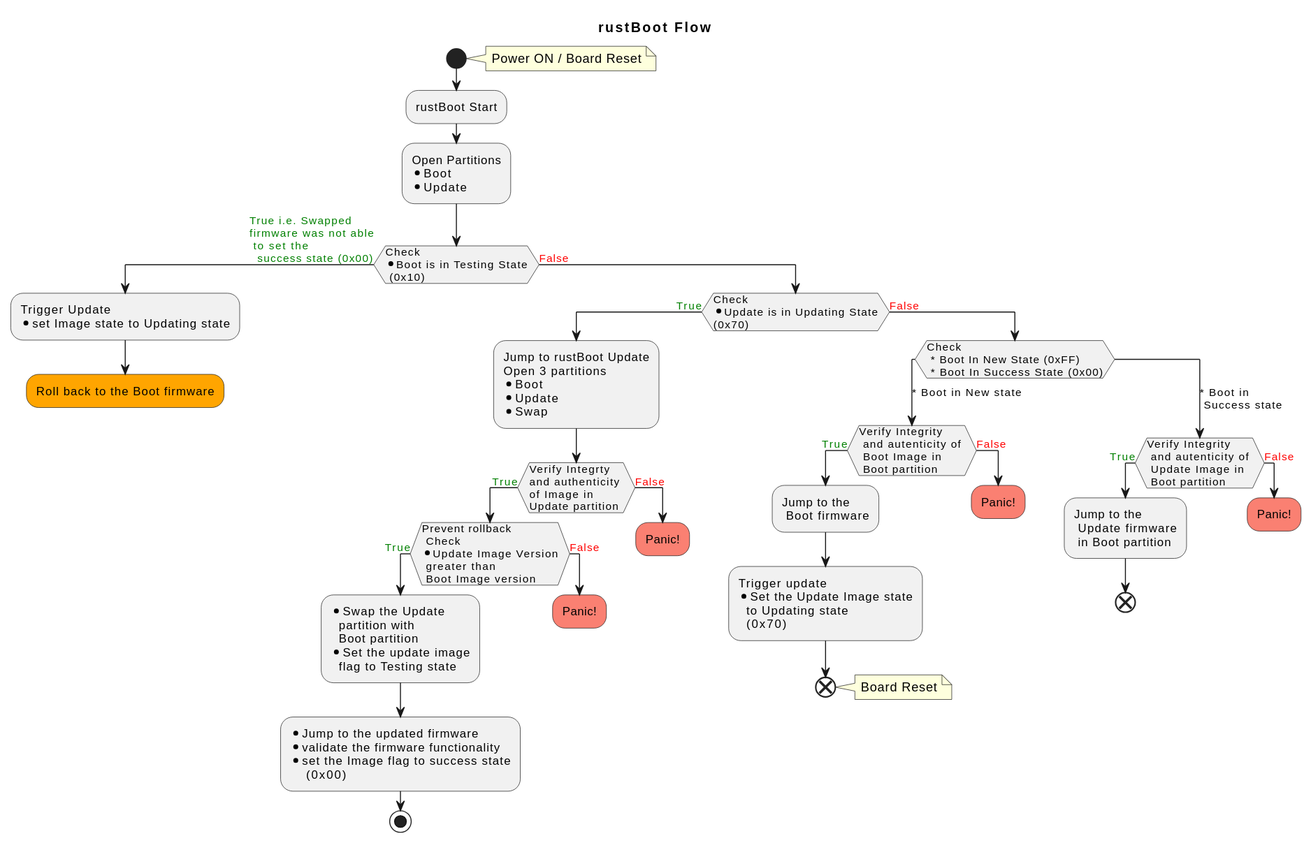
UdayakumarHidakal/RustBoot-state-diagrams keeps this PlantUML diagram as rustBoot_State_Diagram.svg. Above is the earlier version.
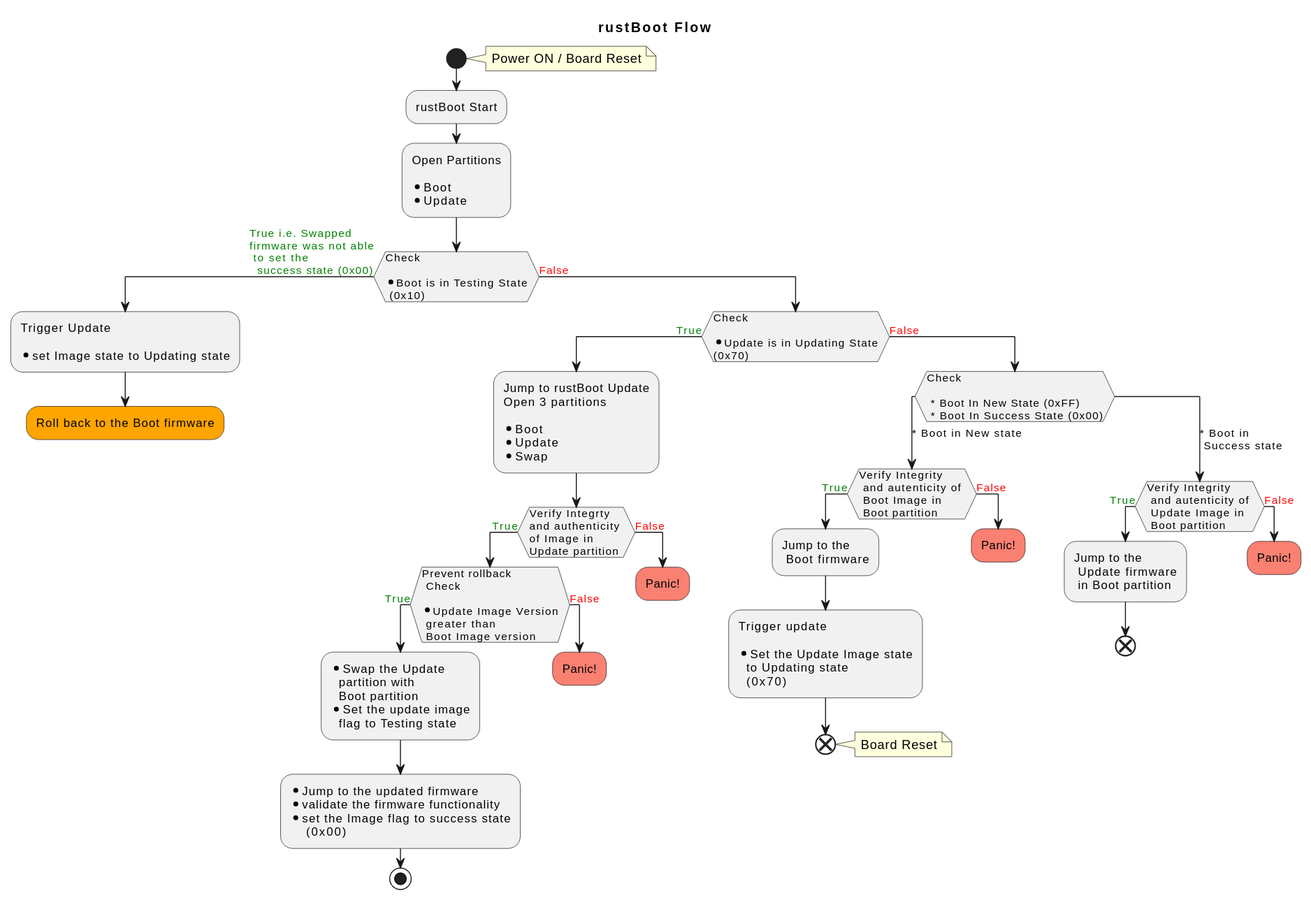
After the change.

Commit message:
changes addressed regarding new lines

The edit, as a diff of the source:
```diff
@@ -10,25 +10,31 @@
   :rustBoot Start;
 
   :Open Partitions
+
   * Boot
   * Update ;
 
 if (Check
+
 * Boot is in Testing State \n (0x10)) then (<color:green>True i.e. Swapped \n<color:green>firmware was not able\n <color:green>to set the \n <color:green> success state (0x00))
   :Trigger Update
+
   * set Image state to Updating state;
   #Orange:Roll back to the Boot firmware;
   kill
 else (<color:red>False)
   if (Check
+
 * Update is in Updating State\n(0x70)) then (<color:green>True);
     :Jump to rustBoot Update
     Open 3 partitions
+
     * Boot
     * Update
     * Swap;
     if (Verify Integrty \nand authenticity \nof Image in \nUpdate partition) then (<color:green>True)
       if (Prevent rollback \n Check
+
 * Update Image Version \n greater than \n Boot Image version) then (<color:green>True)
         :* Swap the Update
           partition with
@@ -49,11 +55,12 @@
       kill
     endif
   else (<color:red>False)
-    switch(Check \n * Boot In New State (0xFF)\n * Boot In Success State (0x00))
+    switch(Check \n\n * Boot In New State (0xFF)\n * Boot In Success State (0x00))
     case (* Boot in New state)
       if (Verify Integrity \n and autenticity of \n Boot Image in \n Boot partition) then (<color:green>True)
         :Jump to the\n Boot firmware;
           :Trigger update
+
         * Set the Update Image state
           to Updating state
           (0x70);
```
